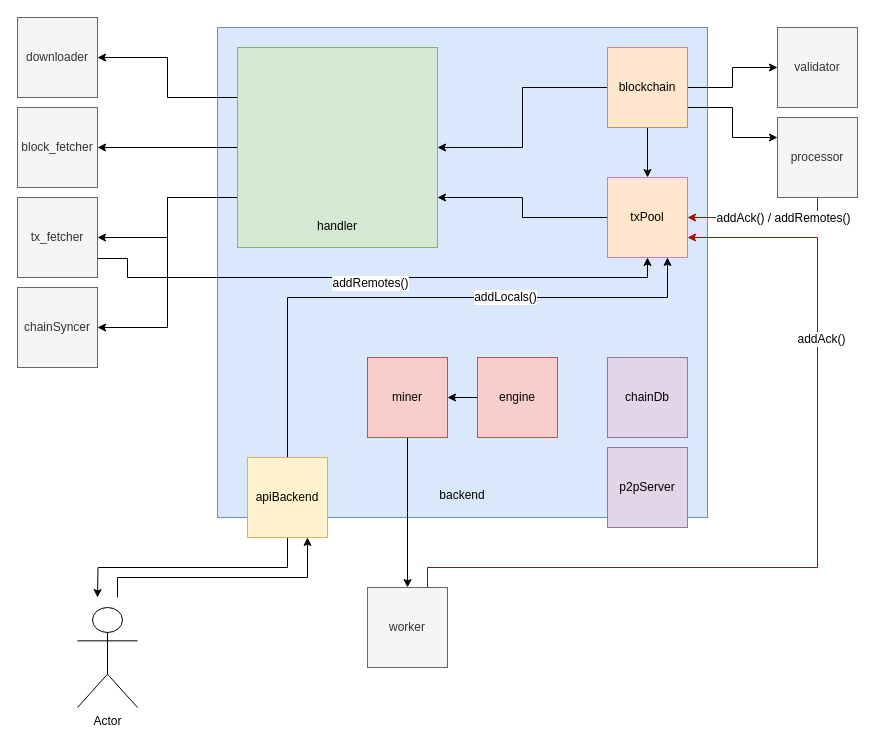
Earlier version of the draw.io diagram data/eth_backend.drawio (yannvon/cascadeth). Source tidied: cells renumbered, new cells numbered last; positions are measured from the earlier drawing's top-left corner, leaving out a move shared by most shapes. Both pictures are drawn from the tidied source at 100%, with x=0, y=0 at pixel (17, 17).
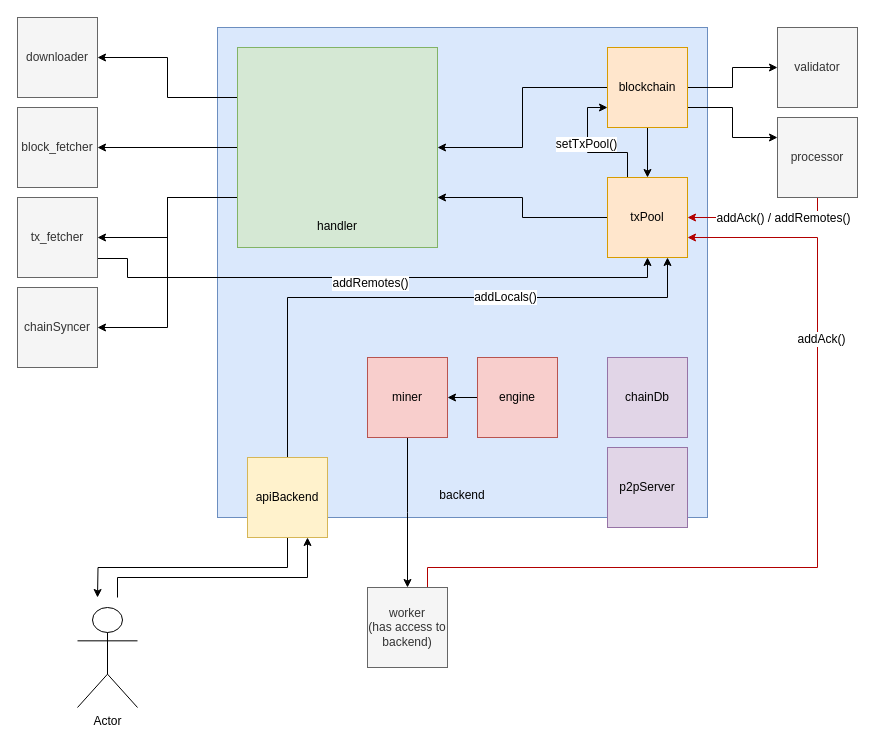
Above is the later version.

The change refers to these unchanged cells:
```xml
<mxCell id="12" value="blockchain" style="whiteSpace=wrap;html=1;fillColor=#ffe6cc;strokeColor=#d79b00;" parent="1" vertex="1">
  <mxGeometry x="590" y="30" width="80" height="80" as="geometry" />
</mxCell>
<mxCell id="14" value="txPool" style="whiteSpace=wrap;html=1;fillColor=#ffe6cc;strokeColor=#d79b00;" parent="1" vertex="1">
  <mxGeometry x="590" y="160" width="80" height="80" as="geometry" />
</mxCell>
```

What changed in the source:
```diff
@@
+    <mxCell id="40" style="edgeStyle=orthogonalEdgeStyle;rounded=0;jettySize=auto;html=1;exitX=0.25;exitY=0;exitDx=0;exitDy=0;entryX=0;entryY=0.75;entryDx=0;entryDy=0;startArrow=none;startFill=0;endArrow=classic;endFill=1;" parent="1" edge="1" source="14" target="12">
+      <mxGeometry relative="1" as="geometry" />
+    </mxCell>
+    <mxCell id="41" value="setTxPool()" style="text;html=1;align=center;verticalAlign=middle;labelBackgroundColor=#ffffff;" parent="40" vertex="1">
+      <mxGeometry x="0.14" y="2" relative="1" as="geometry" />
+    </mxCell>
@@
-    <mxCell id="33" value="worker" style="whiteSpace=wrap;html=1;fillColor=#f5f5f5;strokeColor=#666666;fontColor=#333333;" parent="1" vertex="1">
+    <mxCell id="33" value="worker&lt;br&gt;(has access to backend)" style="whiteSpace=wrap;html=1;fillColor=#f5f5f5;strokeColor=#666666;fontColor=#333333;" parent="1" vertex="1">
       <mxGeometry x="350" y="570" width="80" height="80" as="geometry" />
     </mxCell>
```
